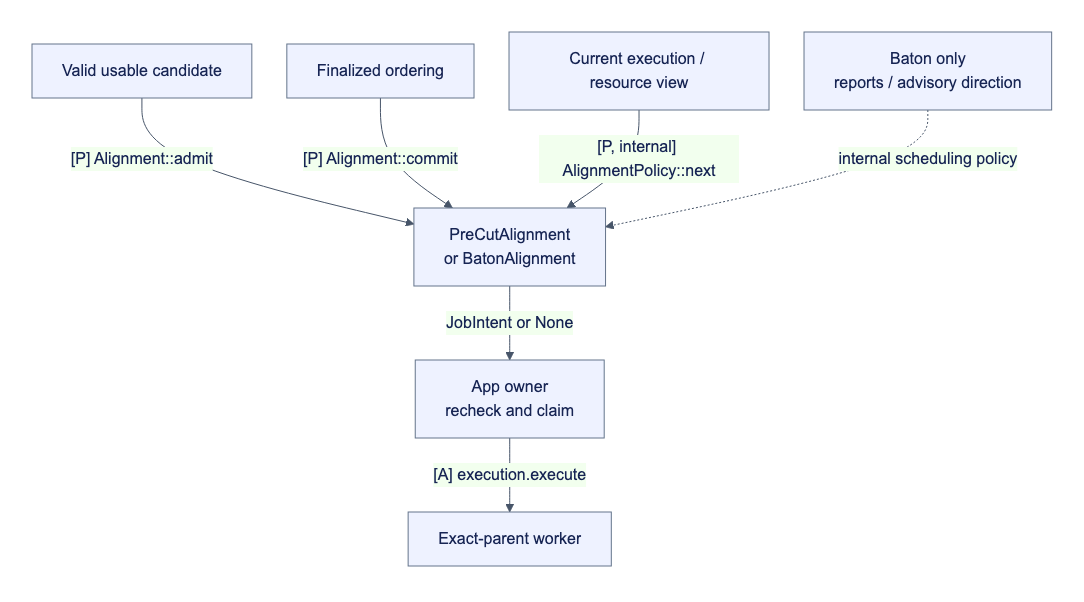
djm07073/baton keeps this Mermaid diagram as docs/assets/diagrams/diagram-28.png. Above is the earlier version. Its source is kept beside it as docs/assets/diagrams/diagram-28.mmd. Its diagram source:
```mermaid
flowchart TB
    C["Valid usable candidate"] -->|"[P] Alignment::admit"| P["PreCutAlignment<br/>or BatonAlignment"]
    O["Finalized ordering"] -->|"[P] Alignment::commit"| P
    V["Current execution / resource view"] -->|"[P, internal] AlignmentPolicy::next"| P
    P -->|"JobIntent or None"| A["App owner<br/>recheck and claim"]
    A -->|"[A] execution.execute"| E["Exact-parent worker"]
    B["Baton only<br/>reports / advisory direction"] -.->|"internal scheduling policy"| P
```
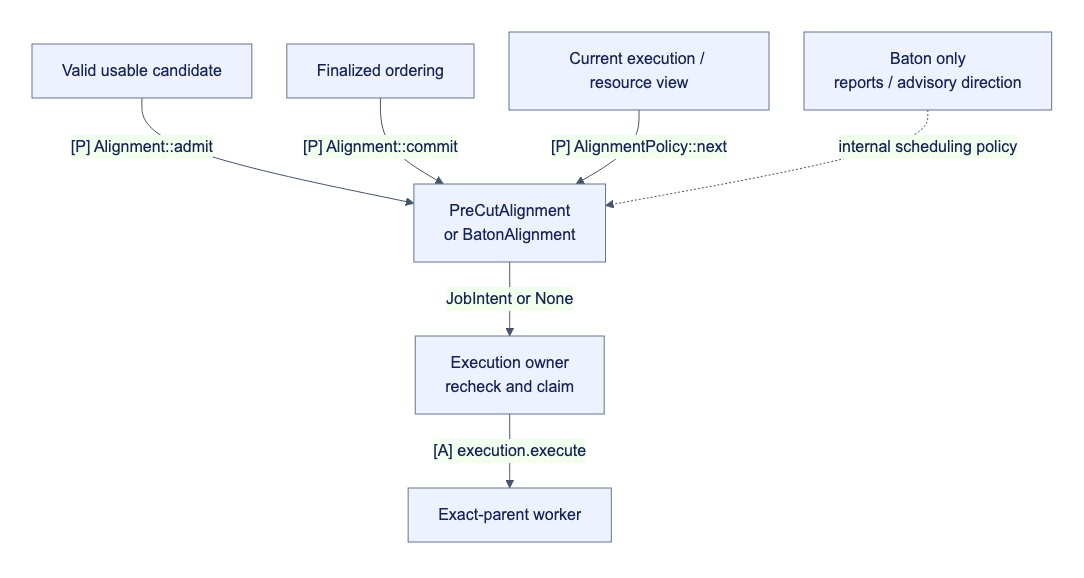
After the commit.

Diff of the diagram source:
```diff
@@ -1,7 +1,7 @@
 flowchart TB
     C["Valid usable candidate"] -->|"[P] Alignment::admit"| P["PreCutAlignment<br/>or BatonAlignment"]
     O["Finalized ordering"] -->|"[P] Alignment::commit"| P
-    V["Current execution / resource view"] -->|"[P, internal] AlignmentPolicy::next"| P
-    P -->|"JobIntent or None"| A["App owner<br/>recheck and claim"]
+    V["Current execution / resource view"] -->|"[P] AlignmentPolicy::next"| P
+    P -->|"JobIntent or None"| A["Execution owner<br/>recheck and claim"]
     A -->|"[A] execution.execute"| E["Exact-parent worker"]
     B["Baton only<br/>reports / advisory direction"] -.->|"internal scheduling policy"| P
```
